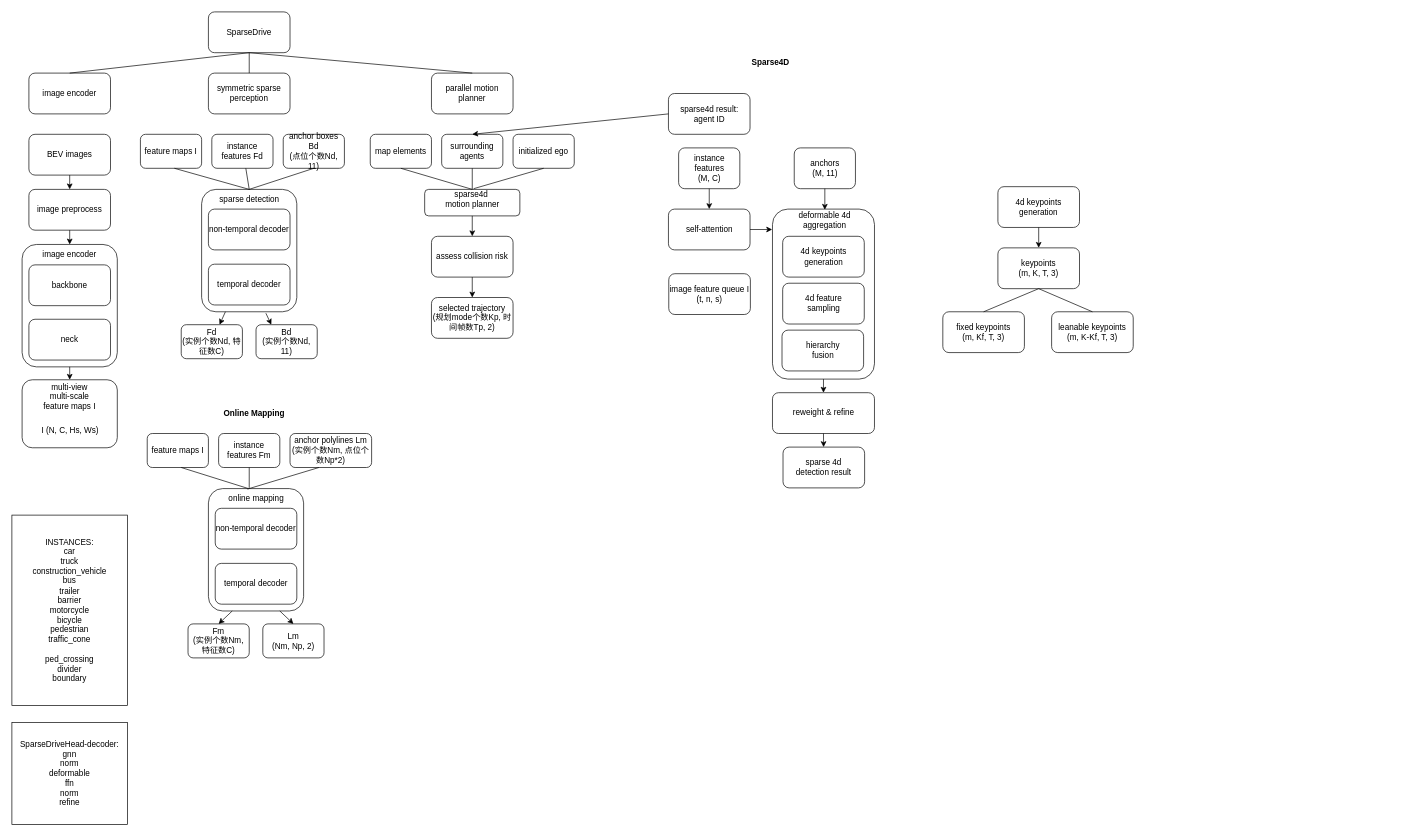
wxxsusie/files keeps this draw.io diagram as sparsedrive.drawio. Above is the earlier version. Source tidied: cells renumbered, new cells numbered last; positions are measured from the earlier drawing's top-left corner, leaving out a move shared by most shapes. Both pictures are drawn from the tidied source at 68%, with x=0, y=0 at pixel (12, 12).
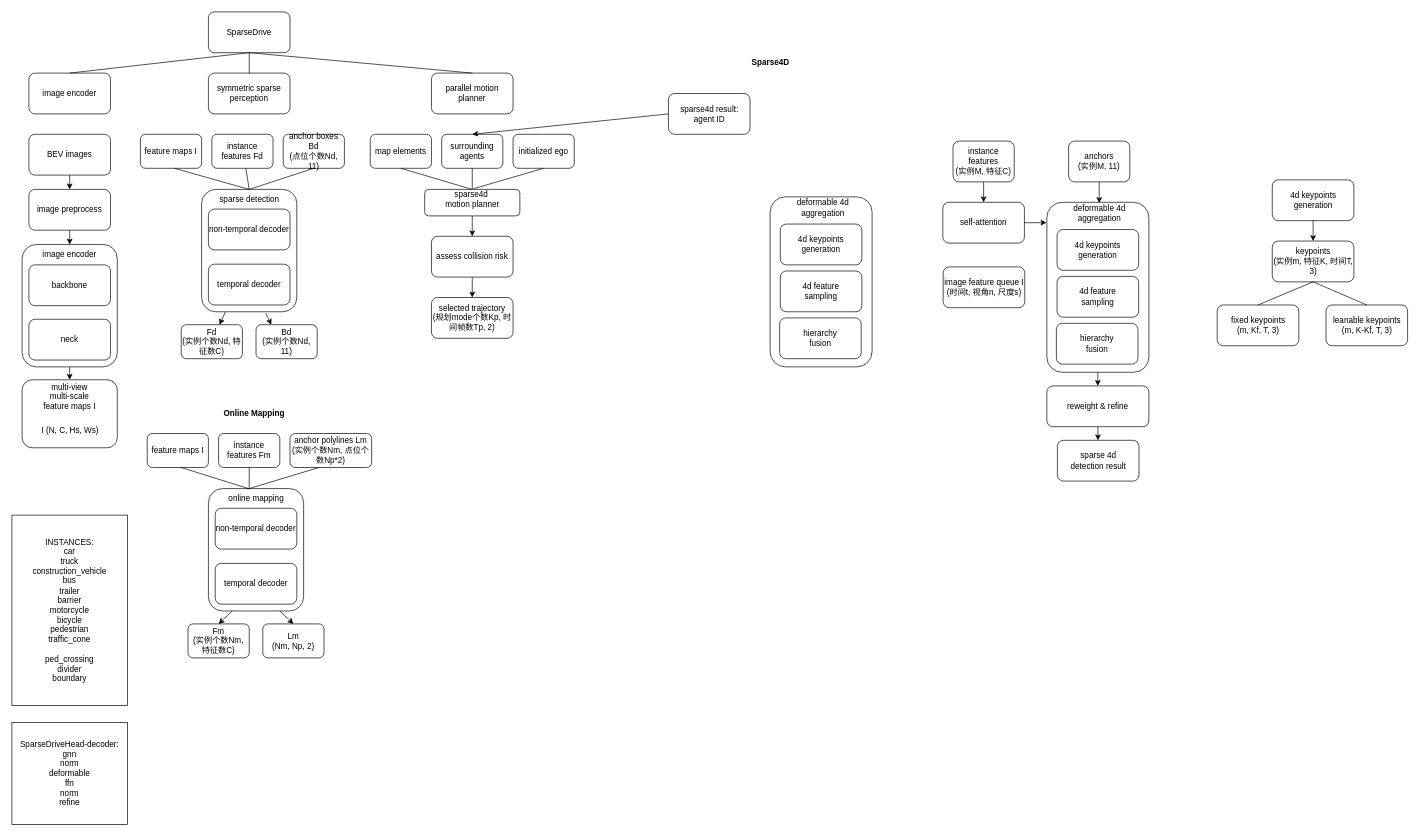
The same diagram, later.

The edit, as a diff of the source:
```diff
@@
-    <mxCell id="59" value="instance features&lt;div&gt;(M, C)&lt;/div&gt;" style="rounded=1;whiteSpace=wrap;html=1;" parent="1" vertex="1">
-      <mxGeometry x="980.5" y="200" width="90" height="60" as="geometry" />
+    <mxCell id="59" value="instance features&lt;div&gt;(实例M, 特征C)&lt;/div&gt;" style="rounded=1;whiteSpace=wrap;html=1;" parent="1" vertex="1">
+      <mxGeometry x="1384" y="190" width="90" height="60" as="geometry" />
     </mxCell>
-    <mxCell id="60" value="anchors&lt;div&gt;(M, 11)&lt;/div&gt;" style="rounded=1;whiteSpace=wrap;html=1;" parent="1" vertex="1">
-      <mxGeometry x="1150.5" y="200" width="90" height="60" as="geometry" />
+    <mxCell id="60" value="anchors&lt;div&gt;(实例M, 11)&lt;/div&gt;" style="rounded=1;whiteSpace=wrap;html=1;" parent="1" vertex="1">
+      <mxGeometry x="1554" y="190" width="90" height="60" as="geometry" />
     </mxCell>
     <mxCell id="61" value="self-attention" style="rounded=1;whiteSpace=wrap;html=1;" parent="1" vertex="1">
-      <mxGeometry x="965.5" y="290" width="120" height="60" as="geometry" />
+      <mxGeometry x="1369" y="280" width="120" height="60" as="geometry" />
     </mxCell>
     <mxCell id="62" style="rounded=1;whiteSpace=wrap;html=1;" parent="1" vertex="1">
-      <mxGeometry x="1118.5" y="290" width="150" height="250" as="geometry" />
+      <mxGeometry x="1522" y="280" width="150" height="250" as="geometry" />
     </mxCell>
     <mxCell id="63" value="deformable 4d aggregation" style="text;html=1;align=center;verticalAlign=middle;whiteSpace=wrap;rounded=0;" parent="1" vertex="1">
-      <mxGeometry x="1154" y="291" width="83" height="30" as="geometry" />
+      <mxGeometry x="1557.5" y="281" width="83" height="30" as="geometry" />
     </mxCell>
     <mxCell id="64" value="4d keypoints generation" style="rounded=1;whiteSpace=wrap;html=1;" parent="1" vertex="1">
-      <mxGeometry x="1133.5" y="330" width="120" height="60" as="geometry" />
+      <mxGeometry x="1537" y="320" width="120" height="60" as="geometry" />
     </mxCell>
     <mxCell id="65" value="4d feature&lt;br&gt;sampling" style="rounded=1;whiteSpace=wrap;html=1;" parent="1" vertex="1">
-      <mxGeometry x="1133.5" y="399" width="120" height="60" as="geometry" />
+      <mxGeometry x="1537" y="389" width="120" height="60" as="geometry" />
     </mxCell>
     <mxCell id="66" value="hierarchy&lt;div&gt;fusion&lt;/div&gt;" style="rounded=1;whiteSpace=wrap;html=1;" parent="1" vertex="1">
-      <mxGeometry x="1132.5" y="468" width="120" height="60" as="geometry" />
+      <mxGeometry x="1536" y="458" width="120" height="60" as="geometry" />
     </mxCell>
@@
     <mxCell id="68" style="endArrow=classic;html=1;rounded=0;exitX=1;exitY=0.5;exitDx=0;exitDy=0;" parent="1" edge="1" source="61">
       <mxGeometry relative="1" as="geometry">
-        <mxPoint x="1118" y="320" as="targetPoint" />
+        <mxPoint x="1521.5" y="310" as="targetPoint" />
       </mxGeometry>
     </mxCell>
@@
     <mxCell id="70" value="reweight &amp;amp; refine" style="rounded=1;whiteSpace=wrap;html=1;" parent="1" vertex="1">
-      <mxGeometry x="1118.5" y="560" width="150" height="60" as="geometry" />
+      <mxGeometry x="1522" y="550" width="150" height="60" as="geometry" />
     </mxCell>
@@
     <mxCell id="72" value="sparse 4d&lt;div&gt;detection result&lt;/div&gt;" style="rounded=1;whiteSpace=wrap;html=1;" parent="1" vertex="1">
-      <mxGeometry x="1134" y="640" width="120" height="60" as="geometry" />
+      <mxGeometry x="1537.5" y="630" width="120" height="60" as="geometry" />
     </mxCell>
@@
-    <mxCell id="80" value="image feature queue I&lt;div&gt;(t, n, s)&lt;/div&gt;" style="rounded=1;whiteSpace=wrap;html=1;" parent="1" vertex="1">
-      <mxGeometry x="966" y="385" width="120" height="60" as="geometry" />
+    <mxCell id="80" value="image feature queue I&lt;div&gt;(时间t, 视角n, 尺度s)&lt;/div&gt;" style="rounded=1;whiteSpace=wrap;html=1;" parent="1" vertex="1">
+      <mxGeometry x="1369.5" y="375" width="120" height="60" as="geometry" />
     </mxCell>
@@
     <mxCell id="83" value="4d keypoints generation" style="rounded=1;whiteSpace=wrap;html=1;" parent="1" vertex="1">
-      <mxGeometry x="1450" y="257" width="120" height="60" as="geometry" />
+      <mxGeometry x="1853.5" y="247" width="120" height="60" as="geometry" />
     </mxCell>
-    <mxCell id="84" value="keypoints&lt;div&gt;(m, K, T, 3)&lt;/div&gt;" style="rounded=1;whiteSpace=wrap;html=1;" parent="1" vertex="1">
-      <mxGeometry x="1450" y="347" width="120" height="60" as="geometry" />
+    <mxCell id="84" value="keypoints&lt;div&gt;(实例m, 特征K, 时间T, 3)&lt;/div&gt;" style="rounded=1;whiteSpace=wrap;html=1;" parent="1" vertex="1">
+      <mxGeometry x="1853.5" y="337" width="120" height="60" as="geometry" />
     </mxCell>
     <mxCell id="85" value="fixed keypoints&lt;div&gt;(m, Kf, T, 3)&lt;/div&gt;" style="rounded=1;whiteSpace=wrap;html=1;" parent="1" vertex="1">
-      <mxGeometry x="1369" y="441" width="120" height="60" as="geometry" />
+      <mxGeometry x="1772.5" y="431" width="120" height="60" as="geometry" />
     </mxCell>
     <mxCell id="86" value="leanable keypoints&lt;div&gt;(m, K-Kf, T, 3)&lt;/div&gt;" style="rounded=1;whiteSpace=wrap;html=1;" parent="1" vertex="1">
-      <mxGeometry x="1529" y="441" width="120" height="60" as="geometry" />
+      <mxGeometry x="1932.5" y="431" width="120" height="60" as="geometry" />
     </mxCell>
@@
+    <mxCell id="90" style="rounded=1;whiteSpace=wrap;html=1;" parent="1" vertex="1">
+      <mxGeometry x="1115" y="272" width="150" height="250" as="geometry" />
+    </mxCell>
+    <mxCell id="91" value="deformable 4d aggregation" style="text;html=1;align=center;verticalAlign=middle;whiteSpace=wrap;rounded=0;" parent="1" vertex="1">
+      <mxGeometry x="1152" y="273" width="81.5" height="30" as="geometry" />
+    </mxCell>
+    <mxCell id="92" value="4d keypoints generation" style="rounded=1;whiteSpace=wrap;html=1;" parent="1" vertex="1">
+      <mxGeometry x="1130" y="312" width="120" height="60" as="geometry" />
+    </mxCell>
+    <mxCell id="93" value="4d feature&lt;br&gt;sampling" style="rounded=1;whiteSpace=wrap;html=1;" parent="1" vertex="1">
+      <mxGeometry x="1130" y="381" width="120" height="60" as="geometry" />
+    </mxCell>
+    <mxCell id="94" value="hierarchy&lt;div&gt;fusion&lt;/div&gt;" style="rounded=1;whiteSpace=wrap;html=1;" parent="1" vertex="1">
+      <mxGeometry x="1129" y="450" width="120" height="60" as="geometry" />
+    </mxCell>
```
